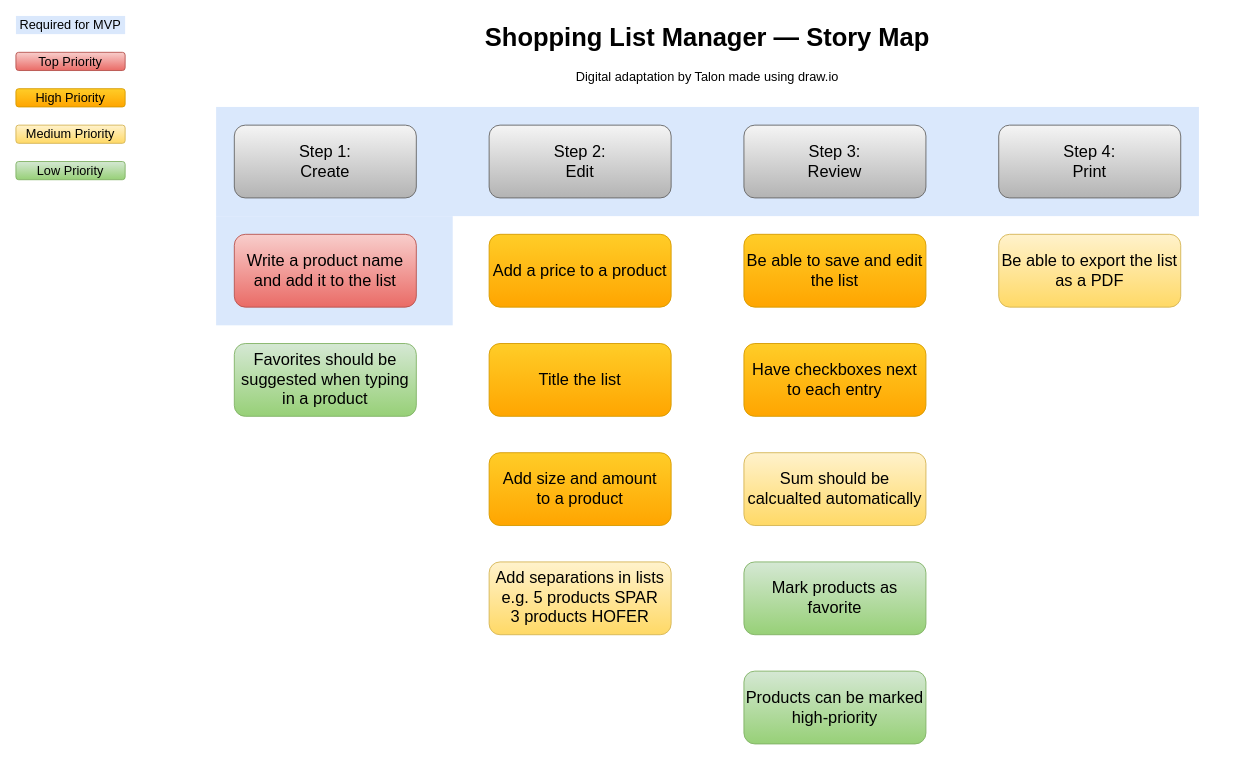
Before: documentation/StoryMap.drawio in OktalonSzoradi/hcw-1-shopping-list-management, a draw.io diagram. Source tidied: cells renumbered, new cells numbered last; positions are measured from the earlier drawing's top-left corner, leaving out a move shared by most shapes. Both pictures are drawn from the tidied source at 91%, with x=0, y=0 at pixel (15, 15).
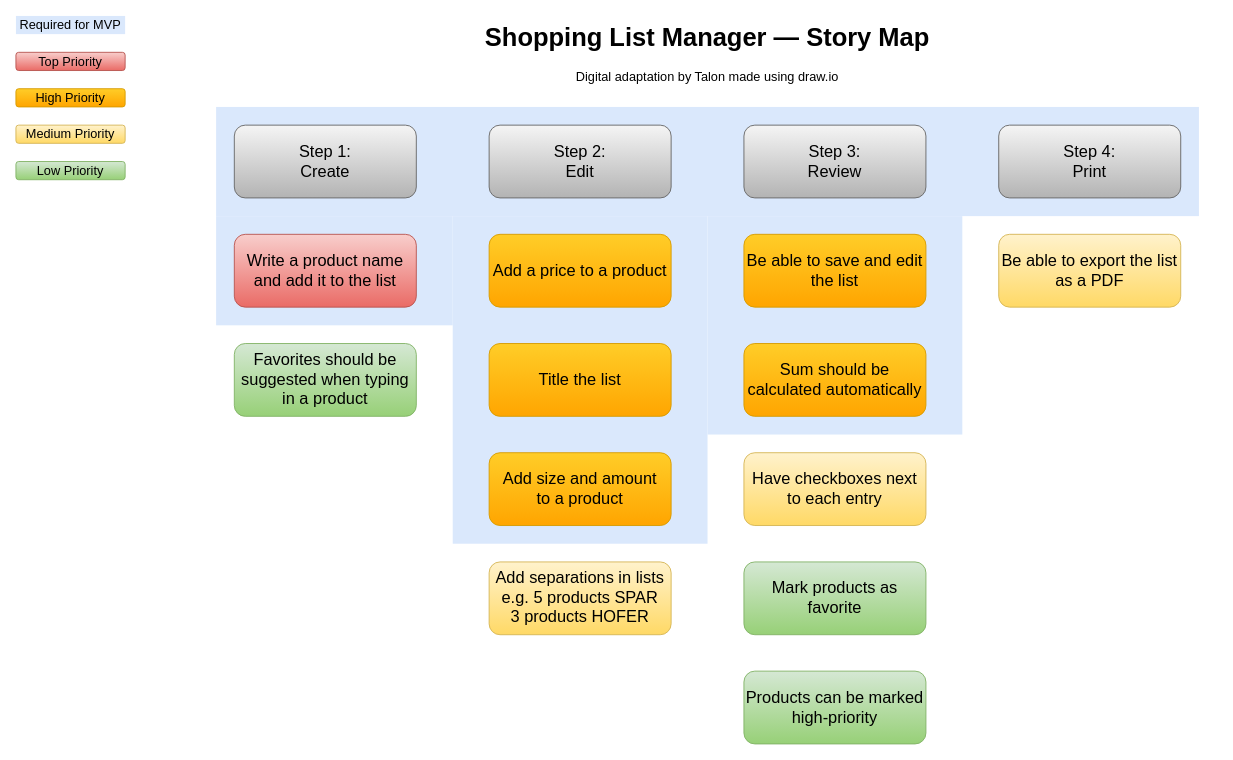
Above is the later version.

Commit message (it also covers changes not shown here):
PROTOCOL: Mockups, update Story Map

The edit, as a diff of the source:
```diff
@@
+    <mxCell id="26" style="rounded=0;whiteSpace=wrap;html=1;fillColor=#dae8fc;strokeColor=none;fontSize=18;" parent="1" vertex="1">
+      <mxGeometry x="480" y="220" width="280" height="360" as="geometry" />
+    </mxCell>
+    <mxCell id="27" style="rounded=0;whiteSpace=wrap;html=1;fillColor=#dae8fc;strokeColor=none;fontSize=18;" parent="1" vertex="1">
+      <mxGeometry x="760" y="220" width="280" height="240" as="geometry" />
+    </mxCell>
@@
-    <mxCell id="15" value="Have checkboxes next to&amp;nbsp;&lt;span style=&quot;background-color: transparent; color: light-dark(rgb(0, 0, 0), rgb(255, 255, 255));&quot;&gt;each entry&lt;/span&gt;" style="rounded=1;whiteSpace=wrap;html=1;fillColor=#ffcd28;gradientColor=#ffa500;strokeColor=#d79b00;fontSize=18;" parent="1" vertex="1">
-      <mxGeometry x="800" y="360" width="200" height="80" as="geometry" />
+    <mxCell id="15" value="Have checkboxes next to&amp;nbsp;&lt;span style=&quot;background-color: transparent; color: light-dark(rgb(0, 0, 0), rgb(255, 255, 255));&quot;&gt;each entry&lt;/span&gt;" style="rounded=1;whiteSpace=wrap;html=1;fillColor=#fff2cc;gradientColor=#ffd966;strokeColor=#d6b656;fontSize=18;" parent="1" vertex="1">
+      <mxGeometry x="800" y="480" width="200" height="80" as="geometry" />
     </mxCell>
@@
-    <mxCell id="17" value="Sum should be calcualted automatically" style="rounded=1;whiteSpace=wrap;html=1;fillColor=#fff2cc;gradientColor=#ffd966;strokeColor=#d6b656;fontSize=18;" parent="1" vertex="1">
-      <mxGeometry x="800" y="480" width="200" height="80" as="geometry" />
+    <mxCell id="17" value="Sum should be calculated automatically" style="rounded=1;whiteSpace=wrap;html=1;fillColor=#ffcd28;gradientColor=#ffa500;strokeColor=#d79b00;fontSize=18;" parent="1" vertex="1">
+      <mxGeometry x="800" y="360" width="200" height="80" as="geometry" />
     </mxCell>
```
